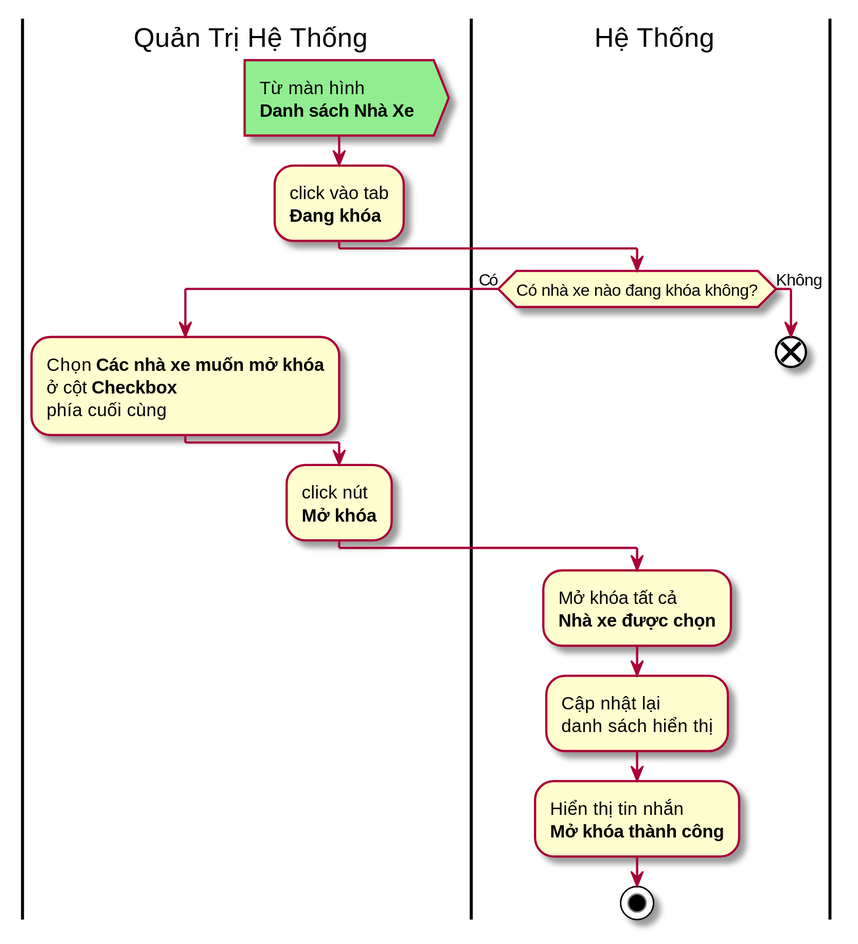
The PlantUML diagram Documents/working/Giap/usecases_and_flow_charts/unlock_buss_org.svg in tungdduy/funixCP, before a commit.
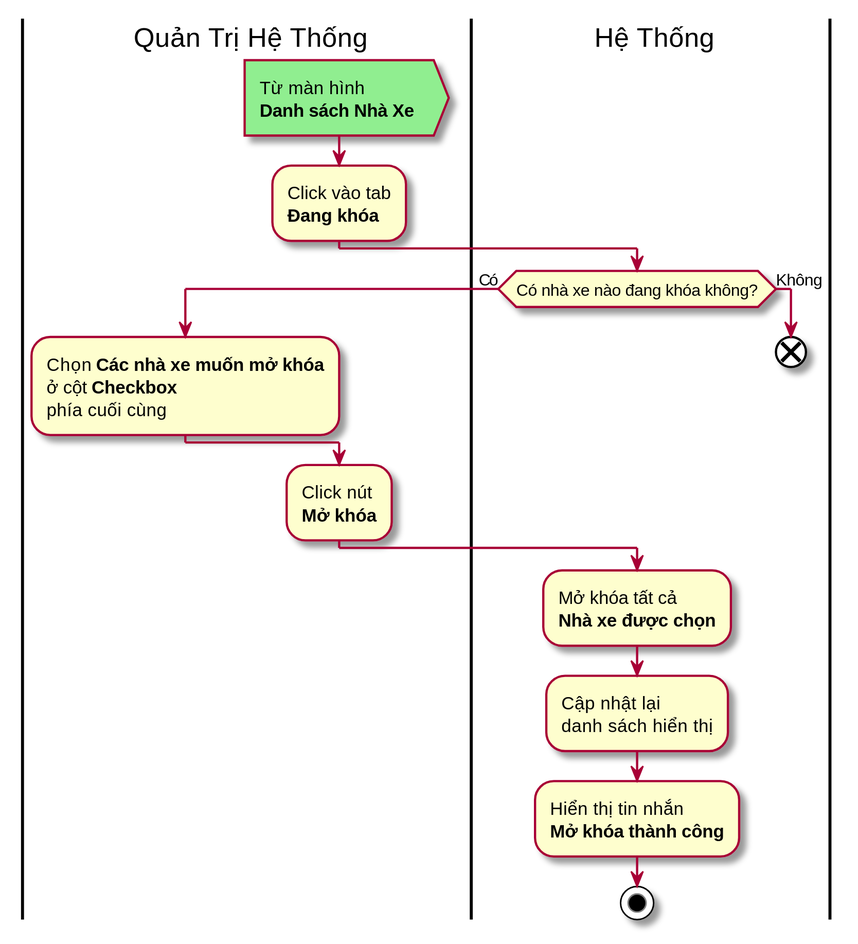
After the commit.

The edit, as a diff of the source:
```diff
@@ -6,7 +6,7 @@
 	#lightgreen:Từ màn hình
 	<b>Danh sách Nhà Xe</b> >
 
-	:click vào tab
+	:Click vào tab
 	<b>Đang khóa</b>;
 
 |System| Hệ Thống
@@ -22,7 +22,7 @@
 	endif
 
 |Sys Admin|
-	:click nút
+	:Click nút
 	<b>Mở khóa</b>;
 
 |System|
```
